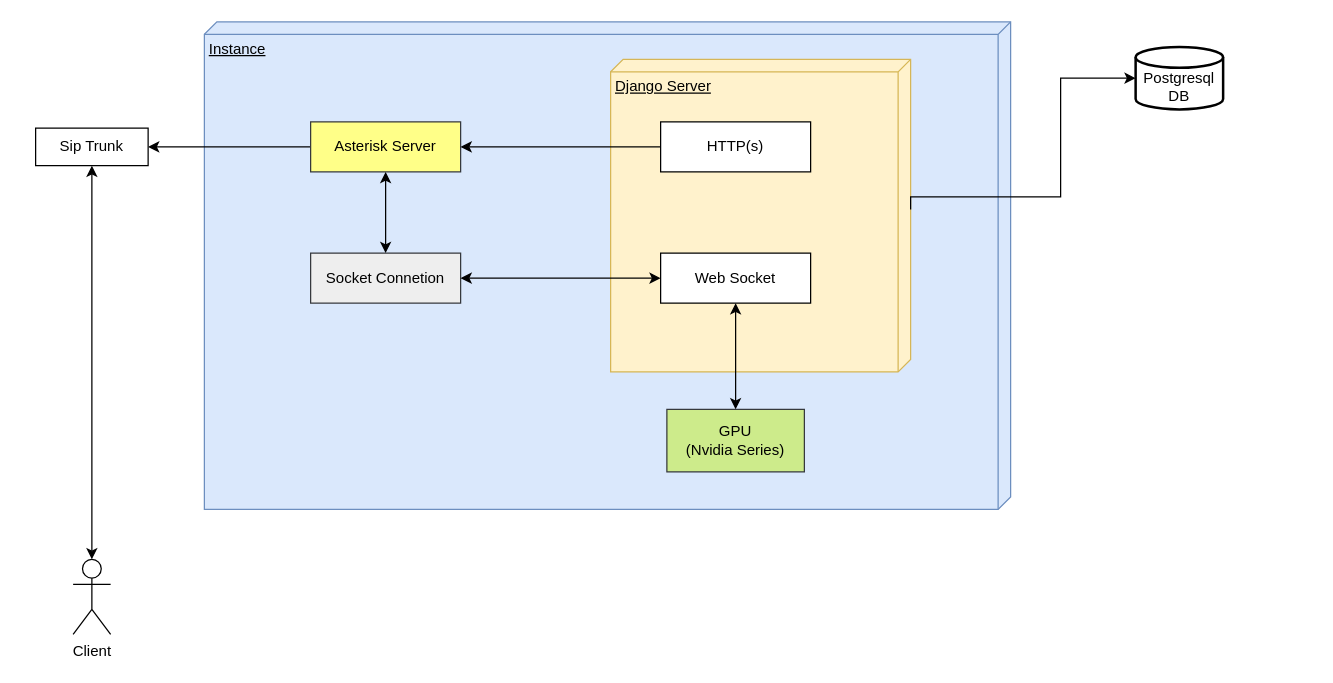
Above: drawings/archi.drawio in PraveenChordia/draw.io (draw.io), before the change. Source tidied: cells renumbered, new cells numbered last; positions are measured from the earlier drawing's top-left corner, leaving out a move shared by most shapes. Both pictures are drawn from the tidied source at 125%, with x=0, y=0 at pixel (35, 21).
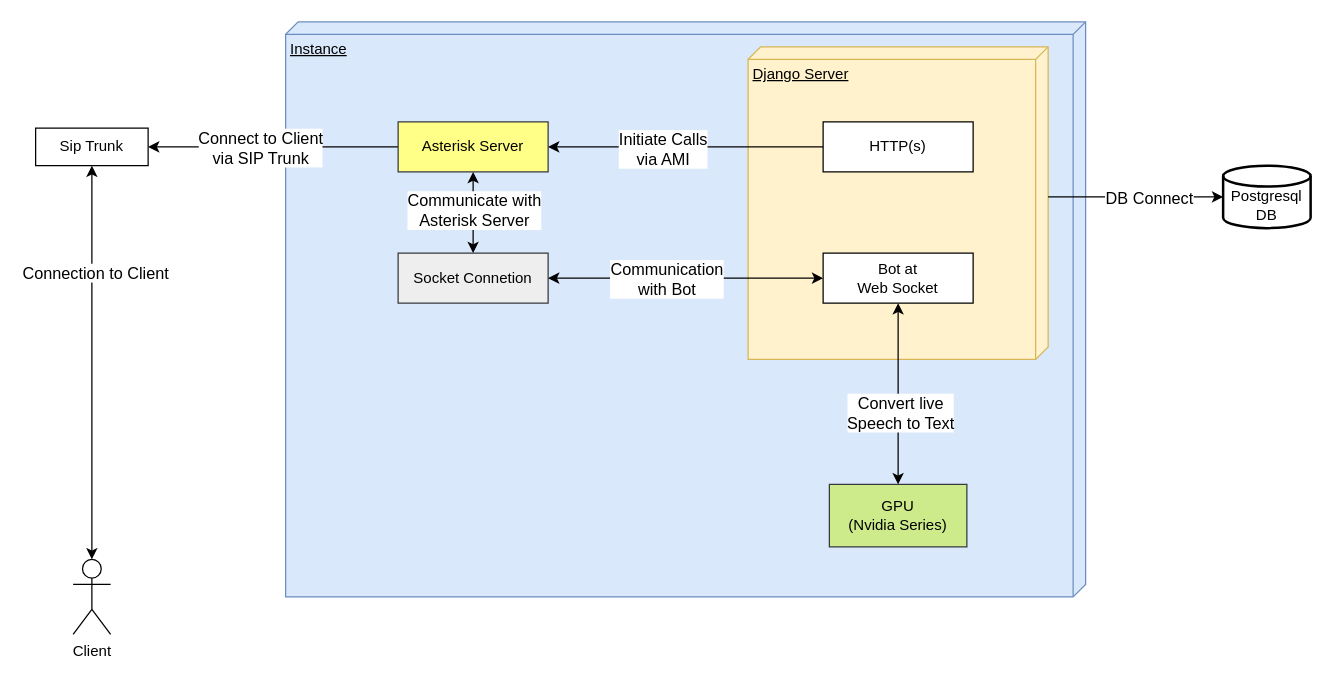
After the change.

The change refers to these unchanged cells:
```xml
<mxCell id="5" style="edgeStyle=orthogonalEdgeStyle;rounded=0;jettySize=auto;html=1;exitX=0;exitY=0.5;exitDx=0;exitDy=0;entryX=1;entryY=0.5;entryDx=0;entryDy=0;" parent="1" edge="1" source="8" target="11">
  <mxGeometry relative="1" as="geometry" />
</mxCell>
<mxCell id="10" style="endArrow=classic;html=1;rounded=0;exitX=0;exitY=0.5;exitDx=0;exitDy=0;entryX=1;entryY=0.5;entryDx=0;entryDy=0;" parent="1" edge="1" source="7" target="8">
  <mxGeometry relative="1" as="geometry" />
</mxCell>
<mxCell id="12" style="endArrow=classic;startArrow=classic;html=1;rounded=0;exitX=0.5;exitY=0;exitDx=0;exitDy=0;exitPerimeter=0;entryX=0.5;entryY=1;entryDx=0;entryDy=0;" parent="1" edge="1" source="9" target="11">
  <mxGeometry relative="1" as="geometry" />
</mxCell>
<mxCell id="17" style="endArrow=classic;startArrow=classic;html=1;rounded=0;entryX=0;entryY=0.5;entryDx=0;entryDy=0;exitX=1;exitY=0.5;exitDx=0;exitDy=0;" parent="1" edge="1" source="4" target="14">
  <mxGeometry relative="1" as="geometry" />
</mxCell>
<mxCell id="18" style="endArrow=classic;startArrow=classic;html=1;rounded=0;exitX=0.5;exitY=0;exitDx=0;exitDy=0;entryX=0.5;entryY=1;entryDx=0;entryDy=0;" parent="1" edge="1" source="4" target="8">
  <mxGeometry relative="1" as="geometry" />
</mxCell>
```

Diff of the diagram source:
```diff
@@
     <mxCell id="2" value="Instance" style="verticalAlign=top;align=left;spacingTop=8;spacingLeft=2;spacingRight=12;shape=cube;size=10;direction=south;fontStyle=4;html=1;whiteSpace=wrap;fillColor=#dae8fc;strokeColor=#6c8ebf;" parent="1" vertex="1">
-      <mxGeometry x="135" width="645" height="390" as="geometry" />
+      <mxGeometry x="200" width="640" height="460" as="geometry" />
     </mxCell>
     <mxCell id="3" value="&lt;br&gt;Postgresql&lt;br&gt;DB" style="strokeWidth=2;html=1;shape=mxgraph.flowchart.database;whiteSpace=wrap;" parent="1" vertex="1">
-      <mxGeometry x="880" y="20" width="70" height="50" as="geometry" />
+      <mxGeometry x="950" y="115" width="70" height="50" as="geometry" />
     </mxCell>
     <mxCell id="4" value="Socket Connetion" style="html=1;whiteSpace=wrap;fillColor=#eeeeee;strokeColor=#36393d;" parent="1" vertex="1">
-      <mxGeometry x="220" y="185" width="120" height="40" as="geometry" />
+      <mxGeometry x="290" y="185" width="120" height="40" as="geometry" />
     </mxCell>
@@
+    <mxCell id="19" value="Connect to Client &lt;br style=&quot;font-size: 13px;&quot;&gt;via SIP Trunk" style="edgeLabel;html=1;align=center;verticalAlign=middle;fontSize=13;" parent="5" vertex="1">
+      <mxGeometry x="0.23" y="1" relative="1" as="geometry">
+        <mxPoint x="12" y="-1" as="offset" />
+      </mxGeometry>
+    </mxCell>
     <mxCell id="6" value="Django Server" style="verticalAlign=top;align=left;spacingTop=8;spacingLeft=2;spacingRight=12;shape=cube;size=10;direction=south;fontStyle=4;html=1;whiteSpace=wrap;fillColor=#fff2cc;strokeColor=#d6b656;" parent="1" vertex="1">
-      <mxGeometry x="460" y="30" width="240" height="250" as="geometry" />
+      <mxGeometry x="570" y="20" width="240" height="250" as="geometry" />
     </mxCell>
     <mxCell id="7" value="HTTP(s)" style="html=1;whiteSpace=wrap;" parent="1" vertex="1">
-      <mxGeometry x="500" y="80" width="120" height="40" as="geometry" />
+      <mxGeometry x="630" y="80" width="120" height="40" as="geometry" />
     </mxCell>
     <mxCell id="8" value="Asterisk Server" style="html=1;whiteSpace=wrap;fillColor=#ffff88;strokeColor=#36393d;" parent="1" vertex="1">
-      <mxGeometry x="220" y="80" width="120" height="40" as="geometry" />
+      <mxGeometry x="290" y="80" width="120" height="40" as="geometry" />
     </mxCell>
@@
+    <mxCell id="20" value="Initiate Calls&lt;br&gt;via AMI" style="edgeLabel;html=1;align=center;verticalAlign=middle;fontSize=13;" parent="10" vertex="1">
+      <mxGeometry x="0.17" y="1" relative="1" as="geometry" />
+    </mxCell>
@@
+    <mxCell id="21" value="Connection to Client" style="edgeLabel;html=1;align=center;verticalAlign=middle;fontSize=13;" parent="12" vertex="1">
+      <mxGeometry x="0.46" y="-2" relative="1" as="geometry" />
+    </mxCell>
-    <mxCell id="13" style="edgeStyle=orthogonalEdgeStyle;rounded=0;jettySize=auto;html=1;exitX=0;exitY=0;exitDx=120;exitDy=0;exitPerimeter=0;" parent="1" edge="1" source="6" target="3">
+    <mxCell id="13" style="edgeStyle=orthogonalEdgeStyle;rounded=0;jettySize=auto;html=1;exitX=0;exitY=0;exitDx=120;exitDy=0;exitPerimeter=0;entryX=0;entryY=0.5;entryDx=0;entryDy=0;entryPerimeter=0;" parent="1" edge="1" source="6" target="3">
       <mxGeometry relative="1" as="geometry">
         <Array as="points">
-          <mxPoint x="700" y="140" />
-          <mxPoint x="820" y="140" />
-          <mxPoint x="820" y="45" />
+          <mxPoint x="890" y="140" />
+          <mxPoint x="890" y="140" />
         </Array>
       </mxGeometry>
     </mxCell>
+    <mxCell id="22" value="DB Connect" style="edgeLabel;html=1;align=center;verticalAlign=middle;fontSize=13;" parent="13" vertex="1">
+      <mxGeometry x="-0.3" y="-3" relative="1" as="geometry">
+        <mxPoint x="31" y="-3" as="offset" />
+      </mxGeometry>
+    </mxCell>
-    <mxCell id="14" value="Web Socket" style="html=1;whiteSpace=wrap;" parent="1" vertex="1">
-      <mxGeometry x="500" y="185" width="120" height="40" as="geometry" />
+    <mxCell id="14" value="Bot at&lt;br&gt;Web Socket" style="html=1;whiteSpace=wrap;" parent="1" vertex="1">
+      <mxGeometry x="630" y="185" width="120" height="40" as="geometry" />
     </mxCell>
     <mxCell id="15" value="GPU&lt;br&gt;(Nvidia Series)" style="html=1;whiteSpace=wrap;fillColor=#cdeb8b;strokeColor=#36393d;" parent="1" vertex="1">
-      <mxGeometry x="505" y="310" width="110" height="50" as="geometry" />
+      <mxGeometry x="635" y="370" width="110" height="50" as="geometry" />
     </mxCell>
-    <mxCell id="16" style="endArrow=classic;startArrow=classic;html=1;rounded=0;exitX=0.5;exitY=0;exitDx=0;exitDy=0;entryX=0.5;entryY=1;entryDx=0;entryDy=0;" parent="1" edge="1" source="15" target="14">
+    <mxCell id="16" style="endArrow=classic;startArrow=classic;html=1;rounded=0;exitX=0.5;exitY=0;exitDx=0;exitDy=0;entryX=0.5;entryY=1;entryDx=0;entryDy=0;fontSize=15;" parent="1" edge="1" source="15" target="14">
       <mxGeometry relative="1" as="geometry" />
     </mxCell>
+    <mxCell id="23" value="Convert live &lt;br&gt;Speech to Text" style="edgeLabel;html=1;align=center;verticalAlign=middle;fontSize=13;" parent="16" vertex="1">
+      <mxGeometry x="-0.2" y="-1" relative="1" as="geometry" />
+    </mxCell>
@@
+    <mxCell id="24" value="Communication&lt;br style=&quot;font-size: 13px;&quot;&gt;with Bot" style="edgeLabel;html=1;align=center;verticalAlign=middle;fontSize=13;" parent="17" vertex="1">
+      <mxGeometry x="-0.36" y="-5" relative="1" as="geometry">
+        <mxPoint x="24" y="-5" as="offset" />
+      </mxGeometry>
+    </mxCell>
@@
+    <mxCell id="25" value="Communicate with&lt;br style=&quot;font-size: 13px;&quot;&gt;Asterisk Server" style="edgeLabel;html=1;align=center;verticalAlign=middle;fontSize=13;" parent="18" vertex="1">
+      <mxGeometry x="0.4" y="-1" relative="1" as="geometry">
+        <mxPoint x="-1" y="11" as="offset" />
+      </mxGeometry>
+    </mxCell>
+    <mxCell id="26" style="edgeStyle=orthogonalEdgeStyle;rounded=0;orthogonalLoop=1;jettySize=auto;html=1;exitX=0.5;exitY=1;exitDx=0;exitDy=0;exitPerimeter=0;" parent="1" edge="1" source="3" target="3">
+      <mxGeometry relative="1" as="geometry" />
+    </mxCell>
```
